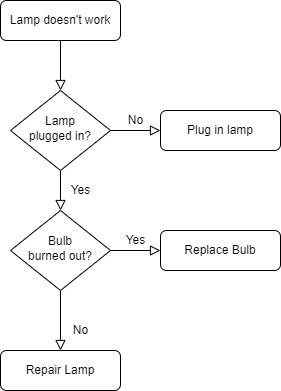
Before: docs/resource/zookeeper_node_status_listener.png, a diagram exported from draw.io (DeathKnightH/blog-src). Source tidied: cells renumbered, new cells last; positions are measured from the earlier drawing's top-left corner, leaving out a move shared by most shapes.
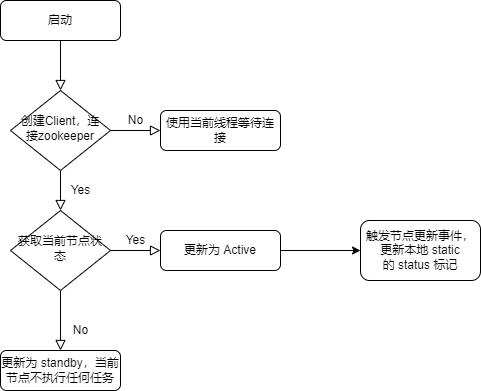
Above is the later version.

Diff of the diagram source:
```diff
@@ -5,7 +5,7 @@
     <mxCell id="2" style="rounded=0;html=1;jettySize=auto;fontSize=11;endArrow=block;endFill=0;endSize=8;strokeWidth=1;shadow=0;labelBackgroundColor=none;edgeStyle=orthogonalEdgeStyle;" parent="1" edge="1" source="3" target="6">
       <mxGeometry relative="1" as="geometry" />
     </mxCell>
-    <mxCell id="3" value="Lamp doesn't work" style="rounded=1;whiteSpace=wrap;html=1;fontSize=12;glass=0;strokeWidth=1;shadow=0;" parent="1" vertex="1">
+    <mxCell id="3" value="启动" style="rounded=1;whiteSpace=wrap;html=1;fontSize=12;glass=0;strokeWidth=1;shadow=0;" parent="1" vertex="1">
       <mxGeometry width="120" height="40" as="geometry" />
     </mxCell>
     <mxCell id="4" value="Yes" style="rounded=0;html=1;jettySize=auto;fontSize=11;endArrow=block;endFill=0;endSize=8;strokeWidth=1;shadow=0;labelBackgroundColor=none;edgeStyle=orthogonalEdgeStyle;" parent="1" edge="1" source="6" target="10">
@@ -14,10 +14,10 @@
     <mxCell id="5" value="No" style="edgeStyle=orthogonalEdgeStyle;rounded=0;html=1;jettySize=auto;fontSize=11;endArrow=block;endFill=0;endSize=8;strokeWidth=1;shadow=0;labelBackgroundColor=none;" parent="1" edge="1" source="6" target="7">
       <mxGeometry y="10" relative="1" as="geometry" />
     </mxCell>
-    <mxCell id="6" value="Lamp&lt;br&gt;plugged in?" style="rhombus;whiteSpace=wrap;html=1;shadow=0;fontFamily=Helvetica;fontSize=12;align=center;strokeWidth=1;spacing=6;spacingTop=-4;" parent="1" vertex="1">
+    <mxCell id="6" value="创建Client，连接zookeeper" style="rhombus;whiteSpace=wrap;html=1;shadow=0;fontFamily=Helvetica;fontSize=12;align=center;strokeWidth=1;spacing=6;spacingTop=-4;" parent="1" vertex="1">
       <mxGeometry x="10" y="90" width="100" height="80" as="geometry" />
     </mxCell>
-    <mxCell id="7" value="Plug in lamp" style="rounded=1;whiteSpace=wrap;html=1;fontSize=12;glass=0;strokeWidth=1;shadow=0;" parent="1" vertex="1">
+    <mxCell id="7" value="使用当前线程等待连接" style="rounded=1;whiteSpace=wrap;html=1;fontSize=12;glass=0;strokeWidth=1;shadow=0;" parent="1" vertex="1">
       <mxGeometry x="160" y="110" width="120" height="40" as="geometry" />
     </mxCell>
     <mxCell id="8" value="No" style="rounded=0;html=1;jettySize=auto;fontSize=11;endArrow=block;endFill=0;endSize=8;strokeWidth=1;shadow=0;labelBackgroundColor=none;edgeStyle=orthogonalEdgeStyle;" parent="1" edge="1" source="10" target="11">
@@ -26,14 +26,20 @@
     <mxCell id="9" value="Yes" style="edgeStyle=orthogonalEdgeStyle;rounded=0;html=1;jettySize=auto;fontSize=11;endArrow=block;endFill=0;endSize=8;strokeWidth=1;shadow=0;labelBackgroundColor=none;" parent="1" edge="1" source="10" target="12">
       <mxGeometry y="10" relative="1" as="geometry" />
     </mxCell>
-    <mxCell id="10" value="Bulb&lt;br&gt;burned out?" style="rhombus;whiteSpace=wrap;html=1;shadow=0;fontFamily=Helvetica;fontSize=12;align=center;strokeWidth=1;spacing=6;spacingTop=-4;" parent="1" vertex="1">
+    <mxCell id="10" value="获取当前节点状态" style="rhombus;whiteSpace=wrap;html=1;shadow=0;fontFamily=Helvetica;fontSize=12;align=center;strokeWidth=1;spacing=6;spacingTop=-4;" parent="1" vertex="1">
       <mxGeometry x="10" y="210" width="100" height="80" as="geometry" />
     </mxCell>
-    <mxCell id="11" value="Repair Lamp" style="rounded=1;whiteSpace=wrap;html=1;fontSize=12;glass=0;strokeWidth=1;shadow=0;" parent="1" vertex="1">
+    <mxCell id="11" value="更新为 standby，当前节点不执行任何任务" style="rounded=1;whiteSpace=wrap;html=1;fontSize=12;glass=0;strokeWidth=1;shadow=0;" parent="1" vertex="1">
       <mxGeometry y="350" width="120" height="40" as="geometry" />
     </mxCell>
+    <mxCell id="13" style="edgeStyle=orthogonalEdgeStyle;rounded=0;jettySize=auto;html=1;" parent="1" edge="1" source="12" target="14">
+      <mxGeometry relative="1" as="geometry" />
+    </mxCell>
-    <mxCell id="12" value="Replace Bulb" style="rounded=1;whiteSpace=wrap;html=1;fontSize=12;glass=0;strokeWidth=1;shadow=0;" parent="1" vertex="1">
+    <mxCell id="12" value="更新为 Active" style="rounded=1;whiteSpace=wrap;html=1;fontSize=12;glass=0;strokeWidth=1;shadow=0;" parent="1" vertex="1">
       <mxGeometry x="160" y="230" width="120" height="40" as="geometry" />
     </mxCell>
+    <mxCell id="14" value="触发节点更新事件，更新本地 static 的&amp;nbsp;status 标记" style="whiteSpace=wrap;html=1;rounded=1;glass=0;strokeWidth=1;shadow=0;" parent="1" vertex="1">
+      <mxGeometry x="360" y="220" width="120" height="60" as="geometry" />
+    </mxCell>
   </root>
 </mxGraphModel>
```
